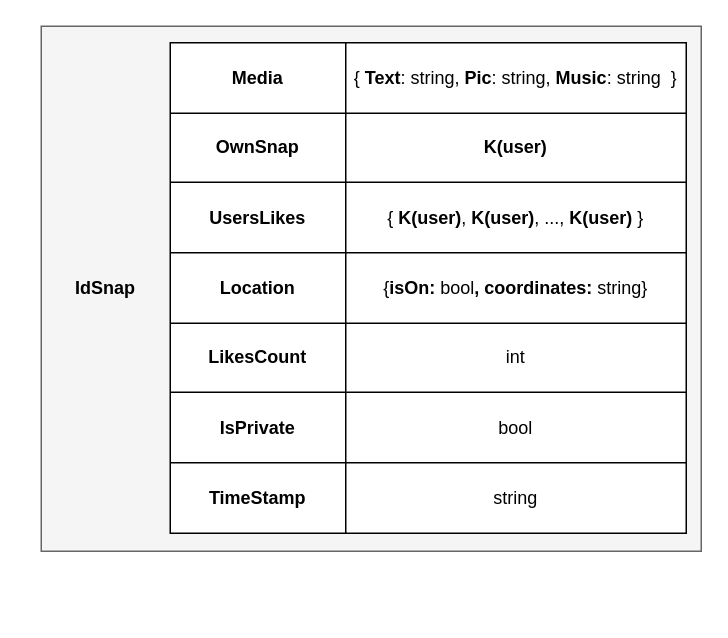
The draw.io diagram NoAM/collections-snap.drawio in Antonet99/noSQL-Snapchat, before the edit. Source tidied: cells renumbered, new cells numbered last; positions are measured from the earlier drawing's top-left corner, leaving out a move shared by most shapes. Both pictures are drawn from the tidied source at 150%, with x=0, y=0 at pixel (40, 26).
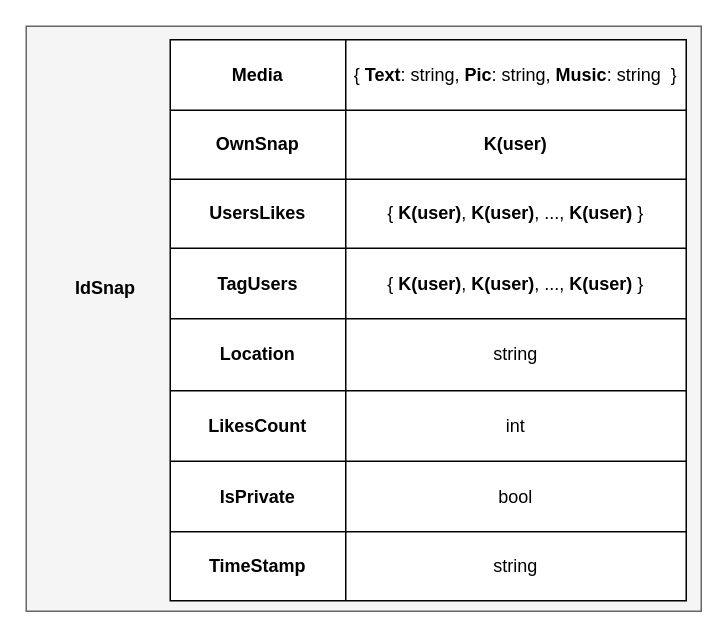
The same diagram, later.

What changed in the source:
```diff
@@
     <mxCell id="2" style="rounded=0;whiteSpace=wrap;html=1;fillColor=#f5f5f5;fontColor=#333333;strokeColor=#666666;" parent="1" vertex="1">
-      <mxGeometry width="440" height="350" as="geometry" />
+      <mxGeometry x="-10" width="450" height="390" as="geometry" />
     </mxCell>
@@
     <mxCell id="4" style="shape=table;startSize=0;childLayout=tableLayout;" parent="1" vertex="1">
-      <mxGeometry x="86" y="11" width="344" height="327" as="geometry" />
+      <mxGeometry x="86" y="9" width="344" height="374" as="geometry" />
     </mxCell>
@@
     <mxCell id="11" style="shape=tableRow;horizontal=0;startSize=0;swimlaneHead=0;swimlaneBody=0;strokeColor=inherit;top=0;left=0;bottom=0;right=0;fillColor=none;" parent="4" vertex="1">
-      <mxGeometry y="93" width="344" height="47" as="geometry" />
+      <mxGeometry y="93" width="344" height="46" as="geometry" />
     </mxCell>
     <mxCell id="12" value="&lt;b&gt;UsersLikes&lt;/b&gt;" style="shape=partialRectangle;html=1;whiteSpace=wrap;strokeColor=inherit;overflow=hidden;fillColor=none;top=0;left=0;bottom=0;right=0;" parent="11" vertex="1">
-      <mxGeometry width="117" height="47" as="geometry" />
+      <mxGeometry width="117" height="46" as="geometry" />
     </mxCell>
     <mxCell id="13" value="{ &lt;b&gt;K(user)&lt;/b&gt;, &lt;b&gt;K(user)&lt;/b&gt;, ..., &lt;b&gt;K(user)&lt;/b&gt; }" style="shape=partialRectangle;html=1;whiteSpace=wrap;strokeColor=inherit;overflow=hidden;fillColor=none;top=0;left=0;bottom=0;right=0;" parent="11" vertex="1">
-      <mxGeometry x="117" width="227" height="47" as="geometry" />
+      <mxGeometry x="117" width="227" height="46" as="geometry" />
     </mxCell>
     <mxCell id="14" style="shape=tableRow;horizontal=0;startSize=0;swimlaneHead=0;swimlaneBody=0;strokeColor=inherit;top=0;left=0;bottom=0;right=0;fillColor=none;" parent="4" vertex="1">
-      <mxGeometry y="140" width="344" height="47" as="geometry" />
+      <mxGeometry y="139" width="344" height="47" as="geometry" />
     </mxCell>
-    <mxCell id="15" value="&lt;b&gt;Location&lt;/b&gt;" style="shape=partialRectangle;html=1;whiteSpace=wrap;strokeColor=inherit;overflow=hidden;fillColor=none;top=0;left=0;bottom=0;right=0;" parent="14" vertex="1">
+    <mxCell id="15" value="&lt;b&gt;TagUsers&lt;/b&gt;" style="shape=partialRectangle;html=1;whiteSpace=wrap;strokeColor=inherit;overflow=hidden;fillColor=none;top=0;left=0;bottom=0;right=0;" parent="14" vertex="1">
       <mxGeometry width="117" height="47" as="geometry" />
     </mxCell>
-    <mxCell id="16" value="{&lt;b&gt;isOn: &lt;/b&gt;bool&lt;b&gt;, coordinates: &lt;/b&gt;string}" style="shape=partialRectangle;html=1;whiteSpace=wrap;strokeColor=inherit;overflow=hidden;fillColor=none;top=0;left=0;bottom=0;right=0;" parent="14" vertex="1">
+    <mxCell id="16" value="{ &lt;b&gt;K(user)&lt;/b&gt;, &lt;b&gt;K(user)&lt;/b&gt;, ..., &lt;b&gt;K(user)&lt;/b&gt; }" style="shape=partialRectangle;html=1;whiteSpace=wrap;strokeColor=inherit;overflow=hidden;fillColor=none;top=0;left=0;bottom=0;right=0;" parent="14" vertex="1">
       <mxGeometry x="117" width="227" height="47" as="geometry" />
     </mxCell>
     <mxCell id="17" style="shape=tableRow;horizontal=0;startSize=0;swimlaneHead=0;swimlaneBody=0;strokeColor=inherit;top=0;left=0;bottom=0;right=0;fillColor=none;" parent="4" vertex="1">
-      <mxGeometry y="187" width="344" height="46" as="geometry" />
+      <mxGeometry y="186" width="344" height="48" as="geometry" />
     </mxCell>
-    <mxCell id="18" value="&lt;b&gt;LikesCount&lt;/b&gt;" style="shape=partialRectangle;html=1;whiteSpace=wrap;strokeColor=inherit;overflow=hidden;fillColor=none;top=0;left=0;bottom=0;right=0;" parent="17" vertex="1">
-      <mxGeometry width="117" height="46" as="geometry" />
+    <mxCell id="18" value="&lt;b&gt;Location&lt;/b&gt;" style="shape=partialRectangle;html=1;whiteSpace=wrap;strokeColor=inherit;overflow=hidden;fillColor=none;top=0;left=0;bottom=0;right=0;" parent="17" vertex="1">
+      <mxGeometry width="117" height="48" as="geometry" />
     </mxCell>
-    <mxCell id="19" value="int" style="shape=partialRectangle;html=1;whiteSpace=wrap;strokeColor=inherit;overflow=hidden;fillColor=none;top=0;left=0;bottom=0;right=0;" parent="17" vertex="1">
-      <mxGeometry x="117" width="227" height="46" as="geometry" />
+    <mxCell id="19" value="string" style="shape=partialRectangle;html=1;whiteSpace=wrap;strokeColor=inherit;overflow=hidden;fillColor=none;top=0;left=0;bottom=0;right=0;" parent="17" vertex="1">
+      <mxGeometry x="117" width="227" height="48" as="geometry" />
     </mxCell>
     <mxCell id="20" style="shape=tableRow;horizontal=0;startSize=0;swimlaneHead=0;swimlaneBody=0;strokeColor=inherit;top=0;left=0;bottom=0;right=0;fillColor=none;" parent="4" vertex="1">
-      <mxGeometry y="233" width="344" height="47" as="geometry" />
+      <mxGeometry y="234" width="344" height="47" as="geometry" />
     </mxCell>
-    <mxCell id="21" value="&lt;b&gt;IsPrivate&lt;/b&gt;" style="shape=partialRectangle;html=1;whiteSpace=wrap;strokeColor=inherit;overflow=hidden;fillColor=none;top=0;left=0;bottom=0;right=0;" parent="20" vertex="1">
+    <mxCell id="21" value="&lt;b&gt;LikesCount&lt;/b&gt;" style="shape=partialRectangle;html=1;whiteSpace=wrap;strokeColor=inherit;overflow=hidden;fillColor=none;top=0;left=0;bottom=0;right=0;" parent="20" vertex="1">
       <mxGeometry width="117" height="47" as="geometry" />
     </mxCell>
-    <mxCell id="22" value="bool" style="shape=partialRectangle;html=1;whiteSpace=wrap;strokeColor=inherit;overflow=hidden;fillColor=none;top=0;left=0;bottom=0;right=0;" parent="20" vertex="1">
+    <mxCell id="22" value="int" style="shape=partialRectangle;html=1;whiteSpace=wrap;strokeColor=inherit;overflow=hidden;fillColor=none;top=0;left=0;bottom=0;right=0;" parent="20" vertex="1">
       <mxGeometry x="117" width="227" height="47" as="geometry" />
     </mxCell>
     <mxCell id="23" style="shape=tableRow;horizontal=0;startSize=0;swimlaneHead=0;swimlaneBody=0;strokeColor=inherit;top=0;left=0;bottom=0;right=0;fillColor=none;" parent="4" vertex="1">
-      <mxGeometry y="280" width="344" height="47" as="geometry" />
+      <mxGeometry y="281" width="344" height="47" as="geometry" />
     </mxCell>
-    <mxCell id="24" value="&lt;b&gt;TimeStamp&lt;/b&gt;" style="shape=partialRectangle;html=1;whiteSpace=wrap;strokeColor=inherit;overflow=hidden;fillColor=none;top=0;left=0;bottom=0;right=0;" parent="23" vertex="1">
+    <mxCell id="24" value="&lt;b&gt;IsPrivate&lt;/b&gt;" style="shape=partialRectangle;html=1;whiteSpace=wrap;strokeColor=inherit;overflow=hidden;fillColor=none;top=0;left=0;bottom=0;right=0;" parent="23" vertex="1">
       <mxGeometry width="117" height="47" as="geometry" />
     </mxCell>
-    <mxCell id="25" value="string" style="shape=partialRectangle;html=1;whiteSpace=wrap;strokeColor=inherit;overflow=hidden;fillColor=none;top=0;left=0;bottom=0;right=0;" parent="23" vertex="1">
+    <mxCell id="25" value="bool" style="shape=partialRectangle;html=1;whiteSpace=wrap;strokeColor=inherit;overflow=hidden;fillColor=none;top=0;left=0;bottom=0;right=0;" parent="23" vertex="1">
       <mxGeometry x="117" width="227" height="47" as="geometry" />
     </mxCell>
+    <mxCell id="26" style="shape=tableRow;horizontal=0;startSize=0;swimlaneHead=0;swimlaneBody=0;strokeColor=inherit;top=0;left=0;bottom=0;right=0;fillColor=none;" parent="4" vertex="1">
+      <mxGeometry y="328" width="344" height="46" as="geometry" />
+    </mxCell>
+    <mxCell id="27" value="&lt;b&gt;TimeStamp&lt;/b&gt;" style="shape=partialRectangle;html=1;whiteSpace=wrap;strokeColor=inherit;overflow=hidden;fillColor=none;top=0;left=0;bottom=0;right=0;" parent="26" vertex="1">
+      <mxGeometry width="117" height="46" as="geometry" />
+    </mxCell>
+    <mxCell id="28" value="string" style="shape=partialRectangle;html=1;whiteSpace=wrap;strokeColor=inherit;overflow=hidden;fillColor=none;top=0;left=0;bottom=0;right=0;" parent="26" vertex="1">
+      <mxGeometry x="117" width="227" height="46" as="geometry" />
+    </mxCell>
```
